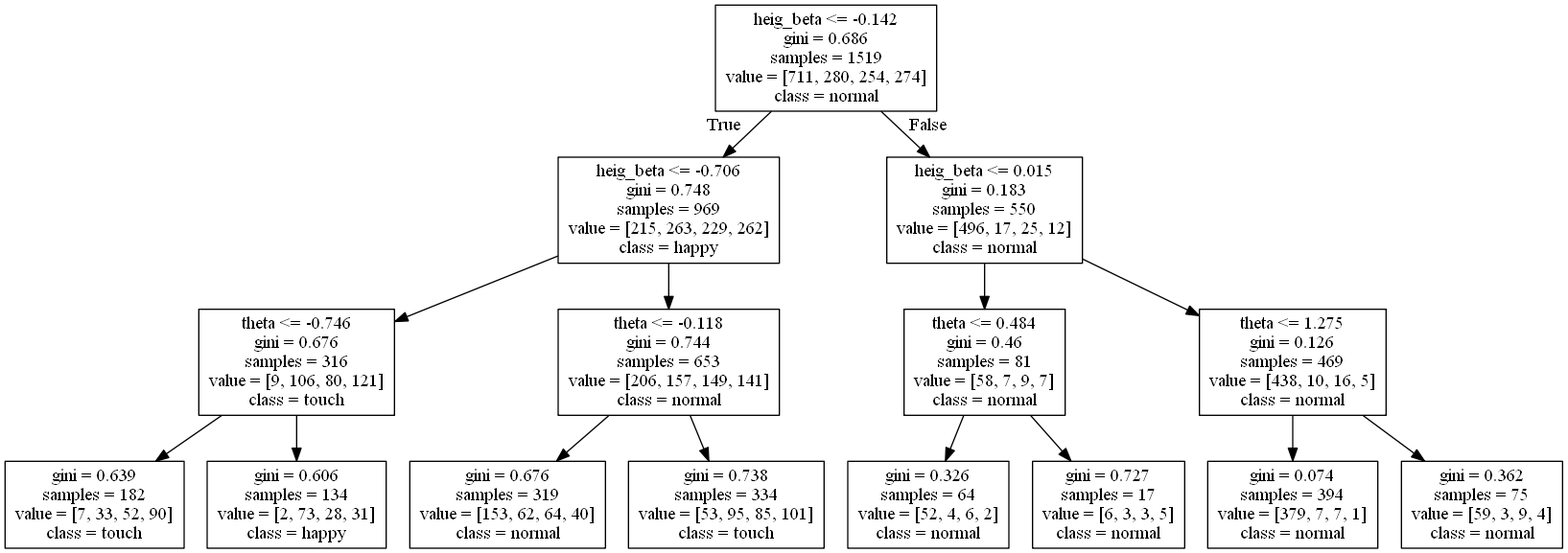
ZXPAY/EEG_Emotion_Classification keeps this Graphviz diagram as tree.png. Above is the earlier version. Its source is kept beside it as tree.dot. Its diagram source:
```dot
digraph Tree {
node [shape=box] ;
0 [label="heig_beta <= -0.142\ngini = 0.686\nsamples = 1519\nvalue = [711, 280, 254, 274]\nclass = normal"] ;
1 [label="heig_beta <= -0.706\ngini = 0.748\nsamples = 969\nvalue = [215, 263, 229, 262]\nclass = happy"] ;
0 -> 1 [labeldistance=2.5, labelangle=45, headlabel="True"] ;
2 [label="theta <= -0.746\ngini = 0.676\nsamples = 316\nvalue = [9, 106, 80, 121]\nclass = touch"] ;
1 -> 2 ;
3 [label="gini = 0.639\nsamples = 182\nvalue = [7, 33, 52, 90]\nclass = touch"] ;
2 -> 3 ;
4 [label="gini = 0.606\nsamples = 134\nvalue = [2, 73, 28, 31]\nclass = happy"] ;
2 -> 4 ;
5 [label="theta <= -0.118\ngini = 0.744\nsamples = 653\nvalue = [206, 157, 149, 141]\nclass = normal"] ;
1 -> 5 ;
6 [label="gini = 0.676\nsamples = 319\nvalue = [153, 62, 64, 40]\nclass = normal"] ;
5 -> 6 ;
7 [label="gini = 0.738\nsamples = 334\nvalue = [53, 95, 85, 101]\nclass = touch"] ;
5 -> 7 ;
8 [label="heig_beta <= 0.015\ngini = 0.183\nsamples = 550\nvalue = [496, 17, 25, 12]\nclass = normal"] ;
0 -> 8 [labeldistance=2.5, labelangle=-45, headlabel="False"] ;
9 [label="theta <= 0.484\ngini = 0.46\nsamples = 81\nvalue = [58, 7, 9, 7]\nclass = normal"] ;
8 -> 9 ;
10 [label="gini = 0.326\nsamples = 64\nvalue = [52, 4, 6, 2]\nclass = normal"] ;
9 -> 10 ;
11 [label="gini = 0.727\nsamples = 17\nvalue = [6, 3, 3, 5]\nclass = normal"] ;
9 -> 11 ;
12 [label="theta <= 1.275\ngini = 0.126\nsamples = 469\nvalue = [438, 10, 16, 5]\nclass = normal"] ;
8 -> 12 ;
13 [label="gini = 0.074\nsamples = 394\nvalue = [379, 7, 7, 1]\nclass = normal"] ;
12 -> 13 ;
14 [label="gini = 0.362\nsamples = 75\nvalue = [59, 3, 9, 4]\nclass = normal"] ;
12 -> 14 ;
}
```
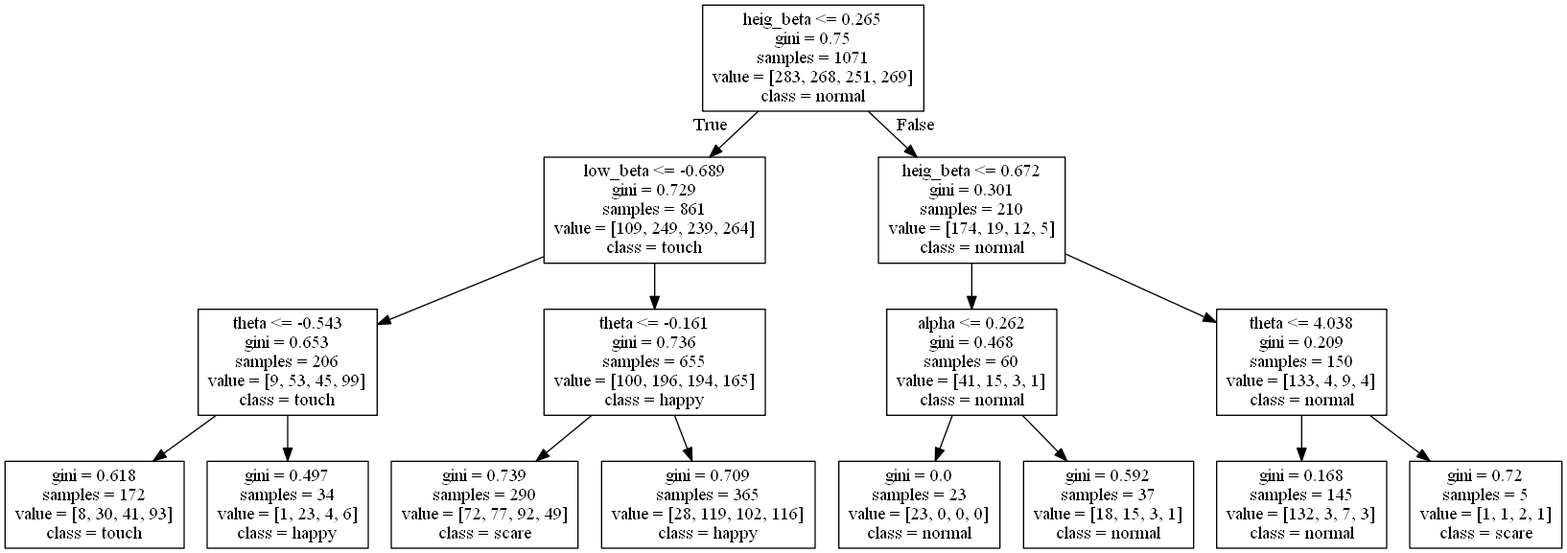
Above is the later version.

What changed in the source:
```diff
@@ -1,32 +1,32 @@
 digraph Tree {
 node [shape=box] ;
-0 [label="heig_beta <= -0.142\ngini = 0.686\nsamples = 1519\nvalue = [711, 280, 254, 274]\nclass = normal"] ;
-1 [label="heig_beta <= -0.706\ngini = 0.748\nsamples = 969\nvalue = [215, 263, 229, 262]\nclass = happy"] ;
+0 [label="heig_beta <= 0.265\ngini = 0.75\nsamples = 1071\nvalue = [283, 268, 251, 269]\nclass = normal"] ;
+1 [label="low_beta <= -0.689\ngini = 0.729\nsamples = 861\nvalue = [109, 249, 239, 264]\nclass = touch"] ;
 0 -> 1 [labeldistance=2.5, labelangle=45, headlabel="True"] ;
-2 [label="theta <= -0.746\ngini = 0.676\nsamples = 316\nvalue = [9, 106, 80, 121]\nclass = touch"] ;
+2 [label="theta <= -0.543\ngini = 0.653\nsamples = 206\nvalue = [9, 53, 45, 99]\nclass = touch"] ;
 1 -> 2 ;
-3 [label="gini = 0.639\nsamples = 182\nvalue = [7, 33, 52, 90]\nclass = touch"] ;
+3 [label="gini = 0.618\nsamples = 172\nvalue = [8, 30, 41, 93]\nclass = touch"] ;
 2 -> 3 ;
-4 [label="gini = 0.606\nsamples = 134\nvalue = [2, 73, 28, 31]\nclass = happy"] ;
+4 [label="gini = 0.497\nsamples = 34\nvalue = [1, 23, 4, 6]\nclass = happy"] ;
 2 -> 4 ;
-5 [label="theta <= -0.118\ngini = 0.744\nsamples = 653\nvalue = [206, 157, 149, 141]\nclass = normal"] ;
+5 [label="theta <= -0.161\ngini = 0.736\nsamples = 655\nvalue = [100, 196, 194, 165]\nclass = happy"] ;
 1 -> 5 ;
-6 [label="gini = 0.676\nsamples = 319\nvalue = [153, 62, 64, 40]\nclass = normal"] ;
+6 [label="gini = 0.739\nsamples = 290\nvalue = [72, 77, 92, 49]\nclass = scare"] ;
 5 -> 6 ;
-7 [label="gini = 0.738\nsamples = 334\nvalue = [53, 95, 85, 101]\nclass = touch"] ;
+7 [label="gini = 0.709\nsamples = 365\nvalue = [28, 119, 102, 116]\nclass = happy"] ;
 5 -> 7 ;
-8 [label="heig_beta <= 0.015\ngini = 0.183\nsamples = 550\nvalue = [496, 17, 25, 12]\nclass = normal"] ;
+8 [label="heig_beta <= 0.672\ngini = 0.301\nsamples = 210\nvalue = [174, 19, 12, 5]\nclass = normal"] ;
 0 -> 8 [labeldistance=2.5, labelangle=-45, headlabel="False"] ;
-9 [label="theta <= 0.484\ngini = 0.46\nsamples = 81\nvalue = [58, 7, 9, 7]\nclass = normal"] ;
+9 [label="alpha <= 0.262\ngini = 0.468\nsamples = 60\nvalue = [41, 15, 3, 1]\nclass = normal"] ;
 8 -> 9 ;
-10 [label="gini = 0.326\nsamples = 64\nvalue = [52, 4, 6, 2]\nclass = normal"] ;
+10 [label="gini = 0.0\nsamples = 23\nvalue = [23, 0, 0, 0]\nclass = normal"] ;
 9 -> 10 ;
-11 [label="gini = 0.727\nsamples = 17\nvalue = [6, 3, 3, 5]\nclass = normal"] ;
+11 [label="gini = 0.592\nsamples = 37\nvalue = [18, 15, 3, 1]\nclass = normal"] ;
 9 -> 11 ;
-12 [label="theta <= 1.275\ngini = 0.126\nsamples = 469\nvalue = [438, 10, 16, 5]\nclass = normal"] ;
+12 [label="theta <= 4.038\ngini = 0.209\nsamples = 150\nvalue = [133, 4, 9, 4]\nclass = normal"] ;
 8 -> 12 ;
-13 [label="gini = 0.074\nsamples = 394\nvalue = [379, 7, 7, 1]\nclass = normal"] ;
+13 [label="gini = 0.168\nsamples = 145\nvalue = [132, 3, 7, 3]\nclass = normal"] ;
 12 -> 13 ;
-14 [label="gini = 0.362\nsamples = 75\nvalue = [59, 3, 9, 4]\nclass = normal"] ;
+14 [label="gini = 0.72\nsamples = 5\nvalue = [1, 1, 2, 1]\nclass = scare"] ;
 12 -> 14 ;
 }
```
